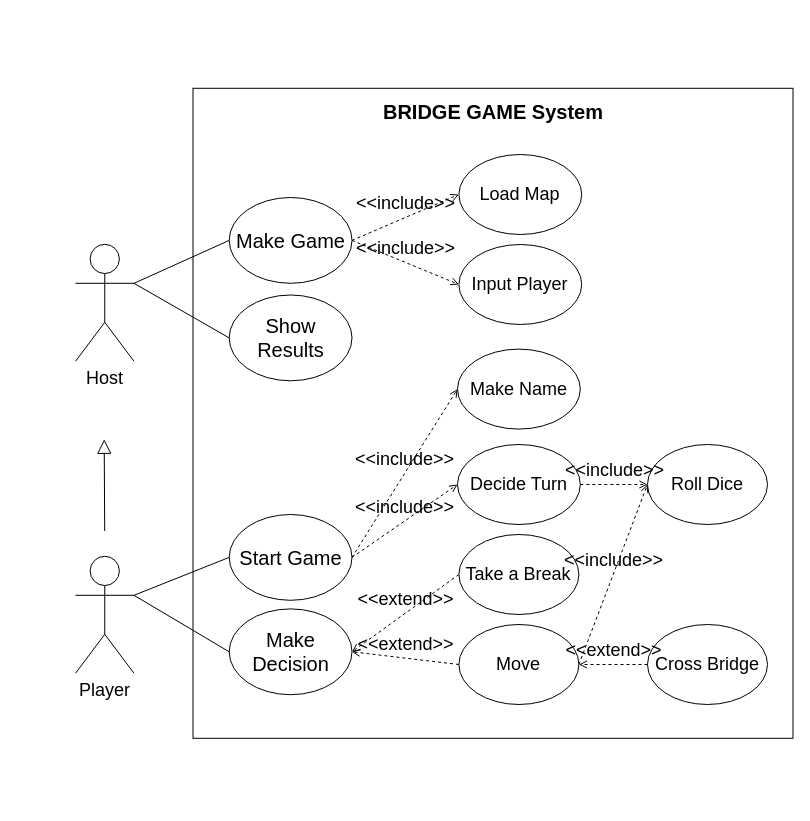
Earlier version of the draw.io diagram page "Page-1" (1 of 7) of UML/usecase_Diagram.drawio (nakyoung98/softwareEnginnering). Source tidied: cells renumbered, new cells numbered last; positions are measured from the earlier drawing's top-left corner, leaving out a move shared by most shapes. Both pictures are drawn from the tidied source at 100%, with x=0, y=0 at pixel (17, 17).
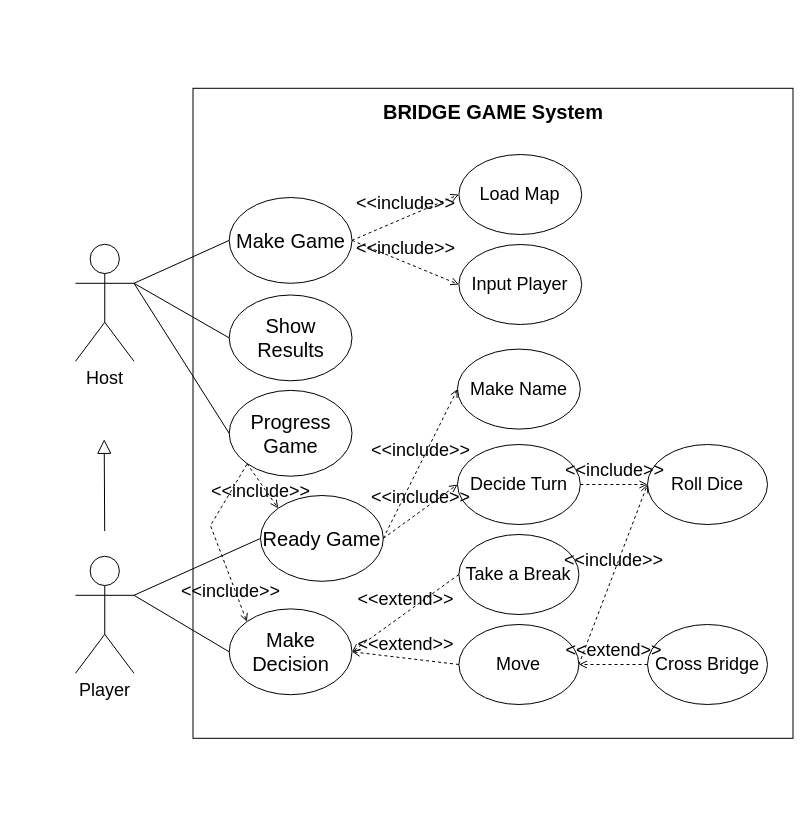
Above is the later version.

The change refers to these unchanged cells:
```xml
<mxCell id="3" style="group;" parent="2" vertex="1">
  <mxGeometry width="745.5" height="786.1" as="geometry" />
</mxCell>
<mxCell id="6" style="group;" parent="5" vertex="1">
  <mxGeometry x="175.5" width="600" height="690" as="geometry" />
</mxCell>
<mxCell id="9" value="Make Decision" style="ellipse;whiteSpace=wrap;html=1;fontSize=20;" parent="6" vertex="1">
  <mxGeometry x="36.2" y="520.6" width="122.8" height="85.8" as="geometry" />
</mxCell>
<mxCell id="30" value="&lt;font style=&quot;user-select: auto; font-size: 18px;&quot;&gt;Host&lt;/font&gt;" style="shape=umlActor;verticalLabelPosition=bottom;verticalAlign=top;html=1;outlineConnect=0;" parent="5" vertex="1">
  <mxGeometry x="58" y="156" width="58.5" height="117" as="geometry" />
</mxCell>
```

Change to the diagram source:
```diff
@@
-    <mxCell id="4" style="group;" parent="3" vertex="1">
-      <mxGeometry x="90" width="655.5" height="786.1" as="geometry" />
-    </mxCell>
-    <mxCell id="5" style="group;" parent="4" vertex="1">
-      <mxGeometry x="-120" y="70.8" width="775.5" height="690" as="geometry" />
+    <mxCell id="5" style="group;" parent="3" vertex="1">
+      <mxGeometry x="-30" y="70.8" width="775.5" height="690" as="geometry" />
     </mxCell>
@@
-    <mxCell id="13" value="Start Game" style="ellipse;whiteSpace=wrap;html=1;fontSize=20;" parent="6" vertex="1">
-      <mxGeometry x="36.2" y="426.2" width="122.8" height="85.8" as="geometry" />
+    <mxCell id="13" value="Ready Game" style="ellipse;whiteSpace=wrap;html=1;fontSize=20;" parent="6" vertex="1">
+      <mxGeometry x="67.5" y="407.2" width="122.8" height="85.8" as="geometry" />
     </mxCell>
@@
+    <mxCell id="37" value="Progress Game" style="ellipse;whiteSpace=wrap;html=1;fontSize=20;" parent="6" vertex="1">
+      <mxGeometry x="36.2" y="302.1" width="122.8" height="85.8" as="geometry" />
+    </mxCell>
+    <mxCell id="38" value="&amp;lt;&amp;lt;include&amp;gt;&amp;gt;" style="html=1;verticalAlign=bottom;labelBackgroundColor=none;endArrow=open;endFill=0;dashed=1;rounded=0;fontSize=18;exitX=0;exitY=1;exitDx=0;exitDy=0;entryX=0;entryY=0;entryDx=0;entryDy=0;" parent="6" edge="1" target="9">
+      <mxGeometry x="0.76" y="-10" relative="1" as="geometry">
+        <mxPoint x="53.9" y="376.1" as="sourcePoint" />
+        <Array as="points">
+          <mxPoint x="17.5" y="437.2" />
+        </Array>
+      </mxGeometry>
+    </mxCell>
+    <mxCell id="39" value="&amp;lt;&amp;lt;include&amp;gt;&amp;gt;" style="html=1;verticalAlign=bottom;labelBackgroundColor=none;endArrow=open;endFill=0;dashed=1;rounded=0;fontSize=18;exitX=0;exitY=1;exitDx=0;exitDy=0;entryX=0;entryY=0;entryDx=0;entryDy=0;" parent="6" edge="1" source="37" target="13">
+      <mxGeometry x="0.55" y="-13" relative="1" as="geometry" />
+    </mxCell>
@@
+    <mxCell id="40" style="endArrow=none;html=1;rounded=0;labelBackgroundColor=none;fontSize=11;entryX=1;entryY=0.3333333333333333;entryDx=0;entryDy=0;entryPerimeter=0;exitX=0;exitY=0.5;exitDx=0;exitDy=0;" parent="5" edge="1" source="37" target="30">
+      <mxGeometry relative="1" as="geometry" />
+    </mxCell>
```
